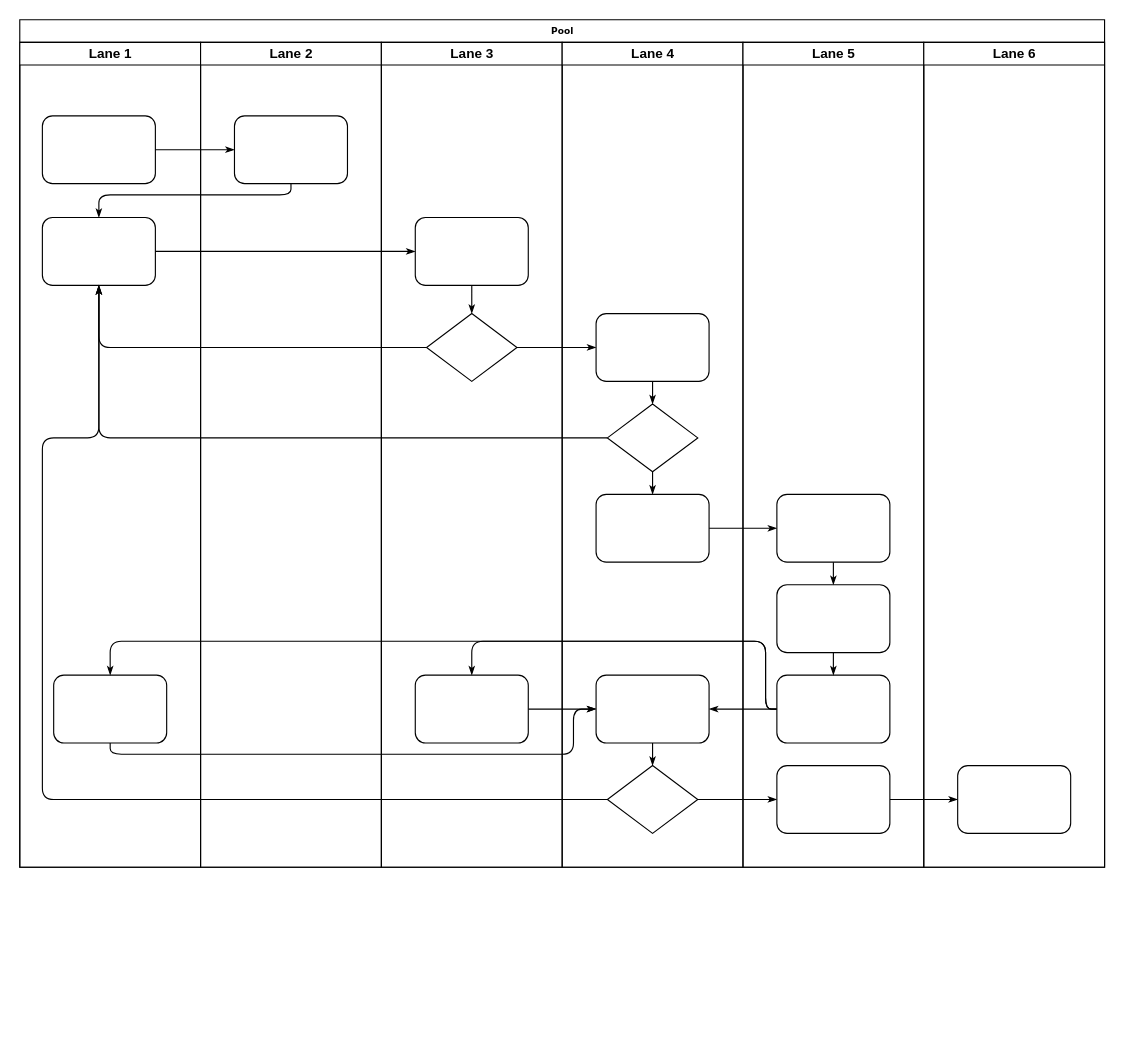
Before: me-fie flow 2.0.drawio in Kwame-Pitakin/Draw.io, a draw.io diagram. Source tidied: cells renumbered, new cells numbered last; positions are measured from the earlier drawing's top-left corner, leaving out a move shared by most shapes. Both pictures are drawn from the tidied source at 113%, with x=0, y=0 at pixel (19, 19).
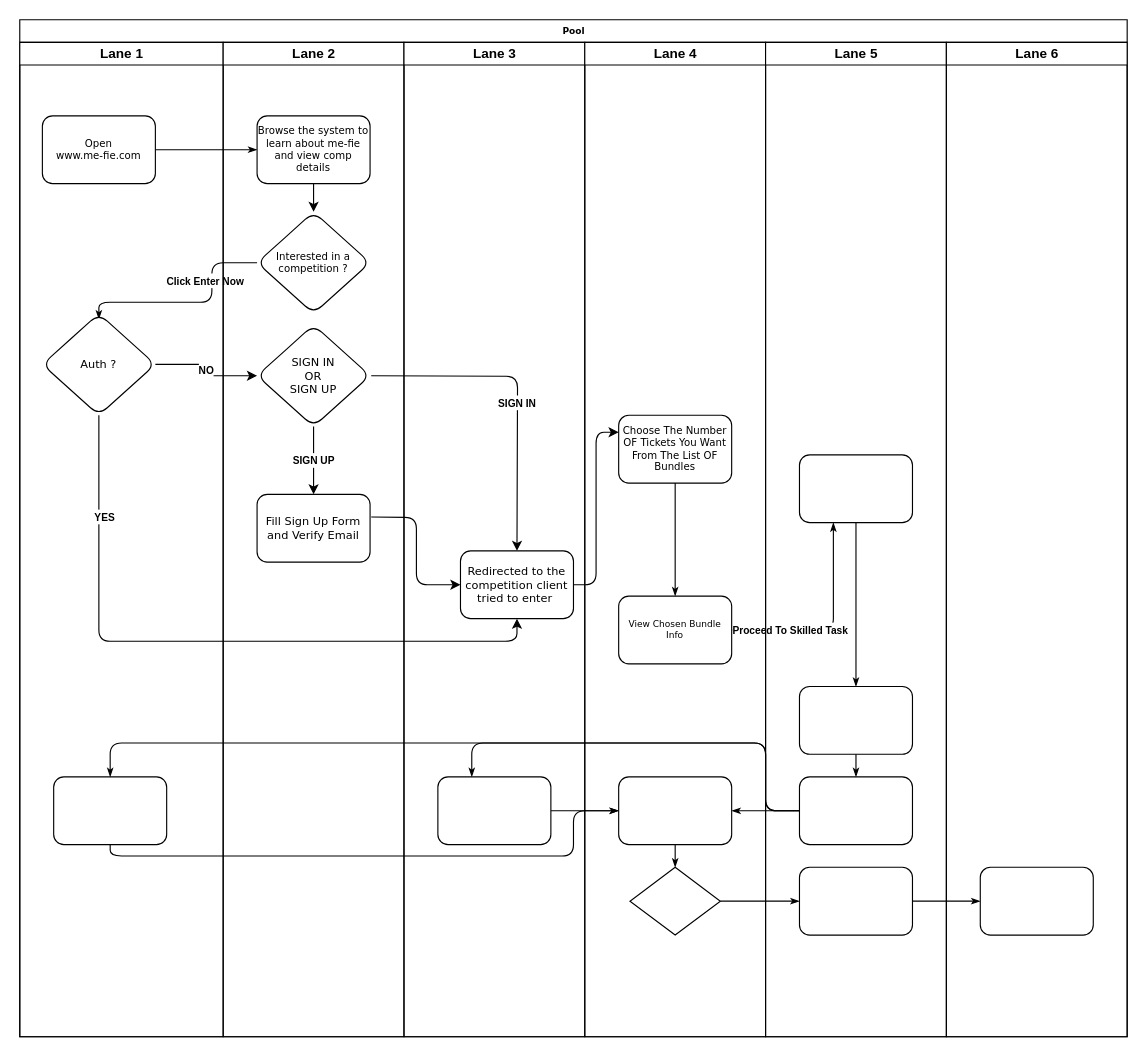
After the change.

What changed in the source:
```diff
@@
     <mxCell id="2" value="Pool" style="swimlane;html=1;startSize=20;rounded=0;shadow=0;labelBackgroundColor=none;strokeWidth=1;fontFamily=Verdana;fontSize=8;align=center;" parent="1" vertex="1">
-      <mxGeometry width="960" height="750" as="geometry" />
+      <mxGeometry width="980" height="900" as="geometry" />
     </mxCell>
-    <mxCell id="3" value="Lane 1" style="swimlane;html=1;startSize=20;" parent="2" vertex="1">
-      <mxGeometry y="20" width="160" height="730" as="geometry" />
-    </mxCell>
-    <mxCell id="4" style="rounded=1;whiteSpace=wrap;html=1;shadow=0;labelBackgroundColor=none;strokeWidth=1;fontFamily=Verdana;fontSize=8;align=center;" parent="3" vertex="1">
-      <mxGeometry x="20" y="65" width="100" height="60" as="geometry" />
-    </mxCell>
-    <mxCell id="5" style="rounded=1;whiteSpace=wrap;html=1;shadow=0;labelBackgroundColor=none;strokeWidth=1;fontFamily=Verdana;fontSize=8;align=center;" parent="3" vertex="1">
-      <mxGeometry x="20" y="155" width="100" height="60" as="geometry" />
-    </mxCell>
-    <mxCell id="6" style="rounded=1;whiteSpace=wrap;html=1;shadow=0;labelBackgroundColor=none;strokeWidth=1;fontFamily=Verdana;fontSize=8;align=center;" parent="3" vertex="1">
-      <mxGeometry x="30" y="560" width="100" height="60" as="geometry" />
-    </mxCell>
@@
-    <mxCell id="8" style="edgeStyle=orthogonalEdgeStyle;rounded=1;html=1;labelBackgroundColor=none;startArrow=none;startFill=0;startSize=5;endArrow=classicThin;endFill=1;endSize=5;jettySize=auto;strokeWidth=1;fontFamily=Verdana;fontSize=8;" parent="2" edge="1" source="23" target="5">
+    <mxCell id="8" style="edgeStyle=orthogonalEdgeStyle;rounded=1;html=1;labelBackgroundColor=none;startArrow=none;startFill=0;startSize=5;endArrow=classicThin;endFill=1;endSize=5;jettySize=auto;strokeWidth=1;fontFamily=Verdana;fontSize=8;exitX=0;exitY=0.5;exitDx=0;exitDy=0;" parent="2" edge="1" source="51">
       <mxGeometry relative="1" as="geometry">
+        <mxPoint x="70" y="265" as="targetPoint" />
         <Array as="points">
-          <mxPoint x="240" y="155" />
-          <mxPoint x="70" y="155" />
+          <mxPoint x="170" y="215" />
+          <mxPoint x="170" y="250" />
+          <mxPoint x="70" y="250" />
         </Array>
       </mxGeometry>
     </mxCell>
-    <mxCell id="9" style="edgeStyle=orthogonalEdgeStyle;rounded=1;html=1;labelBackgroundColor=none;startArrow=none;startFill=0;startSize=5;endArrow=classicThin;endFill=1;endSize=5;jettySize=auto;strokeWidth=1;fontFamily=Verdana;fontSize=8;" parent="2" edge="1" source="5" target="25">
-      <mxGeometry relative="1" as="geometry" />
-    </mxCell>
-    <mxCell id="10" style="edgeStyle=orthogonalEdgeStyle;rounded=1;html=1;labelBackgroundColor=none;startArrow=none;startFill=0;startSize=5;endArrow=classicThin;endFill=1;endSize=5;jettySize=auto;strokeWidth=1;fontFamily=Verdana;fontSize=8;" parent="2" edge="1" source="26" target="5">
-      <mxGeometry relative="1" as="geometry" />
-    </mxCell>
-    <mxCell id="11" style="edgeStyle=orthogonalEdgeStyle;rounded=1;html=1;labelBackgroundColor=none;startArrow=none;startFill=0;startSize=5;endArrow=classicThin;endFill=1;endSize=5;jettySize=auto;strokeWidth=1;fontFamily=Verdana;fontSize=8;" parent="2" edge="1" source="31" target="5">
-      <mxGeometry relative="1" as="geometry" />
-    </mxCell>
-    <mxCell id="12" style="edgeStyle=orthogonalEdgeStyle;rounded=1;html=1;labelBackgroundColor=none;startArrow=none;startFill=0;startSize=5;endArrow=classicThin;endFill=1;endSize=5;jettySize=auto;strokeWidth=1;fontFamily=Verdana;fontSize=8;" parent="2" edge="1" source="34" target="5">
-      <mxGeometry relative="1" as="geometry">
-        <Array as="points">
-          <mxPoint x="20" y="690" />
-          <mxPoint x="20" y="370" />
-          <mxPoint x="70" y="370" />
-        </Array>
-      </mxGeometry>
-    </mxCell>
-    <mxCell id="13" style="edgeStyle=orthogonalEdgeStyle;rounded=1;html=1;labelBackgroundColor=none;startArrow=none;startFill=0;startSize=5;endArrow=classicThin;endFill=1;endSize=5;jettySize=auto;strokeWidth=1;fontFamily=Verdana;fontSize=8;" parent="2" edge="1" source="26" target="30">
-      <mxGeometry relative="1" as="geometry" />
-    </mxCell>
+    <mxCell id="47" value="&lt;font style=&quot;font-size: 9px;&quot;&gt;&lt;b&gt;Click Enter Now&lt;/b&gt;&lt;/font&gt;" style="edgeLabel;html=1;align=center;verticalAlign=middle;" parent="8" vertex="1">
+      <mxGeometry x="-0.04" y="-1" relative="1" as="geometry">
+        <mxPoint x="9" y="-19" as="offset" />
+      </mxGeometry>
+    </mxCell>
@@
     <mxCell id="16" style="edgeStyle=orthogonalEdgeStyle;rounded=1;html=1;labelBackgroundColor=none;startArrow=none;startFill=0;startSize=5;endArrow=classicThin;endFill=1;endSize=5;jettySize=auto;strokeWidth=1;fontFamily=Verdana;fontSize=8;" parent="2" edge="1" source="32" target="39">
-      <mxGeometry relative="1" as="geometry" />
+      <mxGeometry relative="1" as="geometry">
+        <Array as="points">
+          <mxPoint x="720" y="540" />
+        </Array>
+      </mxGeometry>
     </mxCell>
+    <mxCell id="48" value="&lt;font style=&quot;font-size: 9px;&quot;&gt;&lt;b&gt;Proceed To Skilled Task&amp;nbsp;&lt;/b&gt;&lt;/font&gt;" style="edgeLabel;html=1;align=center;verticalAlign=middle;" parent="16" vertex="1">
+      <mxGeometry x="-0.4" y="2" relative="1" as="geometry">
+        <mxPoint x="-4" y="1" as="offset" />
+      </mxGeometry>
+    </mxCell>
     <mxCell id="17" style="edgeStyle=orthogonalEdgeStyle;rounded=1;html=1;labelBackgroundColor=none;startArrow=none;startFill=0;startSize=5;endArrow=classicThin;endFill=1;endSize=5;jettySize=auto;strokeWidth=1;fontFamily=Verdana;fontSize=8;" parent="2" edge="1" source="41" target="27">
       <mxGeometry relative="1" as="geometry">
         <Array as="points">
-          <mxPoint x="660" y="610" />
-          <mxPoint x="660" y="550" />
-          <mxPoint x="400" y="550" />
+          <mxPoint x="660" y="700" />
+          <mxPoint x="660" y="640" />
+          <mxPoint x="400" y="640" />
         </Array>
       </mxGeometry>
     </mxCell>
@@
     <mxCell id="19" style="edgeStyle=orthogonalEdgeStyle;rounded=1;html=1;labelBackgroundColor=none;startArrow=none;startFill=0;startSize=5;endArrow=classicThin;endFill=1;endSize=5;jettySize=auto;strokeWidth=1;fontFamily=Verdana;fontSize=8;" parent="2" edge="1" source="41" target="6">
       <mxGeometry relative="1" as="geometry">
         <Array as="points">
-          <mxPoint x="660" y="610" />
-          <mxPoint x="660" y="550" />
-          <mxPoint x="80" y="550" />
+          <mxPoint x="660" y="700" />
+          <mxPoint x="660" y="640" />
+          <mxPoint x="80" y="640" />
         </Array>
       </mxGeometry>
     </mxCell>
     <mxCell id="20" style="edgeStyle=orthogonalEdgeStyle;rounded=1;html=1;labelBackgroundColor=none;startArrow=none;startFill=0;startSize=5;endArrow=classicThin;endFill=1;endSize=5;jettySize=auto;strokeWidth=1;fontFamily=Verdana;fontSize=8;" parent="2" edge="1" source="6" target="33">
       <mxGeometry relative="1" as="geometry">
         <Array as="points">
-          <mxPoint x="80" y="650" />
-          <mxPoint x="490" y="650" />
-          <mxPoint x="490" y="610" />
+          <mxPoint x="80" y="740" />
+          <mxPoint x="490" y="740" />
+          <mxPoint x="490" y="700" />
         </Array>
       </mxGeometry>
     </mxCell>
@@
+    <mxCell id="3" value="Lane 1" style="swimlane;html=1;startSize=20;" parent="2" vertex="1">
+      <mxGeometry y="20" width="180" height="880" as="geometry" />
+    </mxCell>
+    <mxCell id="4" value="&lt;font style=&quot;font-size: 9px;&quot;&gt;Open &lt;br&gt;www.me-fie.com&lt;/font&gt;" style="rounded=1;whiteSpace=wrap;html=1;shadow=0;labelBackgroundColor=none;strokeWidth=1;fontFamily=Verdana;fontSize=8;align=center;" parent="3" vertex="1">
+      <mxGeometry x="20" y="65" width="100" height="60" as="geometry" />
+    </mxCell>
+    <mxCell id="6" style="rounded=1;whiteSpace=wrap;html=1;shadow=0;labelBackgroundColor=none;strokeWidth=1;fontFamily=Verdana;fontSize=8;align=center;" parent="3" vertex="1">
+      <mxGeometry x="30" y="650" width="100" height="60" as="geometry" />
+    </mxCell>
+    <mxCell id="49" value="&lt;font style=&quot;font-size: 10px;&quot;&gt;Auth ?&lt;/font&gt;" style="rhombus;whiteSpace=wrap;html=1;fontSize=8;fontFamily=Verdana;rounded=1;shadow=0;labelBackgroundColor=none;strokeWidth=1;" parent="3" vertex="1">
+      <mxGeometry x="20" y="240" width="100" height="90" as="geometry" />
+    </mxCell>
     <mxCell id="22" value="Lane 2" style="swimlane;html=1;startSize=20;" parent="2" vertex="1">
-      <mxGeometry x="160" y="20" width="160" height="730" as="geometry" />
+      <mxGeometry x="180" y="20" width="160" height="880" as="geometry" />
     </mxCell>
+    <mxCell id="50" style="edgeStyle=orthogonalEdgeStyle;rounded=0;jettySize=auto;html=1;" parent="22" edge="1" source="23" target="51">
+      <mxGeometry relative="1" as="geometry" />
+    </mxCell>
-    <mxCell id="23" style="rounded=1;whiteSpace=wrap;html=1;shadow=0;labelBackgroundColor=none;strokeWidth=1;fontFamily=Verdana;fontSize=8;align=center;" parent="22" vertex="1">
+    <mxCell id="23" value="&lt;font style=&quot;font-size: 9px;&quot;&gt;Browse the system to learn about me-fie and view comp details&lt;/font&gt;" style="rounded=1;whiteSpace=wrap;html=1;shadow=0;labelBackgroundColor=none;strokeWidth=1;fontFamily=Verdana;fontSize=8;align=center;" parent="22" vertex="1">
       <mxGeometry x="30" y="65" width="100" height="60" as="geometry" />
     </mxCell>
+    <mxCell id="51" value="&lt;font style=&quot;font-size: 9px;&quot;&gt;Interested in a competition ?&lt;/font&gt;" style="rhombus;whiteSpace=wrap;html=1;fontSize=8;fontFamily=Verdana;rounded=1;shadow=0;labelBackgroundColor=none;strokeWidth=1;" parent="22" vertex="1">
+      <mxGeometry x="30" y="150" width="100" height="90" as="geometry" />
+    </mxCell>
+    <mxCell id="52" value="&lt;b&gt;&lt;font style=&quot;font-size: 9px;&quot;&gt;SIGN UP&lt;/font&gt;&lt;/b&gt;" style="edgeStyle=orthogonalEdgeStyle;rounded=0;jettySize=auto;html=1;exitX=0.5;exitY=1;exitDx=0;exitDy=0;" parent="22" edge="1" source="53" target="54">
+      <mxGeometry relative="1" as="geometry" />
+    </mxCell>
+    <mxCell id="53" value="&lt;font style=&quot;font-size: 10px;&quot;&gt;SIGN IN &lt;br&gt;OR&lt;br&gt;SIGN UP&lt;/font&gt;" style="rhombus;whiteSpace=wrap;html=1;fontSize=8;fontFamily=Verdana;rounded=1;shadow=0;labelBackgroundColor=none;strokeWidth=1;" parent="22" vertex="1">
+      <mxGeometry x="30" y="250" width="100" height="90" as="geometry" />
+    </mxCell>
+    <mxCell id="54" value="&lt;font size=&quot;1&quot;&gt;Fill Sign Up Form and Verify Email&lt;/font&gt;" style="rounded=1;whiteSpace=wrap;html=1;shadow=0;labelBackgroundColor=none;strokeWidth=1;fontFamily=Verdana;fontSize=8;align=center;" parent="22" vertex="1">
+      <mxGeometry x="30" y="400" width="100" height="60" as="geometry" />
+    </mxCell>
     <mxCell id="24" value="Lane 3" style="swimlane;html=1;startSize=20;" parent="2" vertex="1">
-      <mxGeometry x="320" y="20" width="160" height="730" as="geometry" />
+      <mxGeometry x="340" y="20" width="160" height="880" as="geometry" />
     </mxCell>
-    <mxCell id="25" style="rounded=1;whiteSpace=wrap;html=1;shadow=0;labelBackgroundColor=none;strokeWidth=1;fontFamily=Verdana;fontSize=8;align=center;" parent="24" vertex="1">
-      <mxGeometry x="30" y="155" width="100" height="60" as="geometry" />
-    </mxCell>
-    <mxCell id="26" style="rhombus;whiteSpace=wrap;html=1;rounded=0;shadow=0;labelBackgroundColor=none;strokeWidth=1;fontFamily=Verdana;fontSize=8;align=center;" parent="24" vertex="1">
-      <mxGeometry x="40" y="240" width="80" height="60" as="geometry" />
-    </mxCell>
     <mxCell id="27" style="rounded=1;whiteSpace=wrap;html=1;shadow=0;labelBackgroundColor=none;strokeWidth=1;fontFamily=Verdana;fontSize=8;align=center;" parent="24" vertex="1">
-      <mxGeometry x="30" y="560" width="100" height="60" as="geometry" />
+      <mxGeometry x="30" y="650" width="100" height="60" as="geometry" />
     </mxCell>
-    <mxCell id="28" style="edgeStyle=orthogonalEdgeStyle;rounded=1;html=1;labelBackgroundColor=none;startArrow=none;startFill=0;startSize=5;endArrow=classicThin;endFill=1;endSize=5;jettySize=auto;strokeWidth=1;fontFamily=Verdana;fontSize=8;" parent="24" edge="1" source="25" target="26">
-      <mxGeometry relative="1" as="geometry" />
-    </mxCell>
+    <mxCell id="55" value="&lt;font size=&quot;1&quot;&gt;Redirected to the competition client tried to enter&amp;nbsp;&lt;/font&gt;" style="rounded=1;whiteSpace=wrap;html=1;shadow=0;labelBackgroundColor=none;strokeWidth=1;fontFamily=Verdana;fontSize=8;align=center;" parent="24" vertex="1">
+      <mxGeometry x="50" y="450" width="100" height="60" as="geometry" />
+    </mxCell>
     <mxCell id="29" value="Lane 4" style="swimlane;html=1;startSize=20;" parent="2" vertex="1">
-      <mxGeometry x="480" y="20" width="160" height="730" as="geometry" />
+      <mxGeometry x="500" y="20" width="160" height="880" as="geometry" />
     </mxCell>
-    <mxCell id="30" style="rounded=1;whiteSpace=wrap;html=1;shadow=0;labelBackgroundColor=none;strokeWidth=1;fontFamily=Verdana;fontSize=8;align=center;" parent="29" vertex="1">
-      <mxGeometry x="30" y="240" width="100" height="60" as="geometry" />
+    <mxCell id="30" value="&lt;font style=&quot;font-size: 9px;&quot;&gt;Choose The Number OF Tickets You Want From The List OF Bundles&lt;/font&gt;" style="rounded=1;whiteSpace=wrap;html=1;shadow=0;labelBackgroundColor=none;strokeWidth=1;fontFamily=Verdana;fontSize=8;align=center;" parent="29" vertex="1">
+      <mxGeometry x="30" y="330" width="100" height="60" as="geometry" />
     </mxCell>
-    <mxCell id="31" style="rhombus;whiteSpace=wrap;html=1;rounded=0;shadow=0;labelBackgroundColor=none;strokeWidth=1;fontFamily=Verdana;fontSize=8;align=center;" parent="29" vertex="1">
-      <mxGeometry x="40" y="320" width="80" height="60" as="geometry" />
-    </mxCell>
-    <mxCell id="32" style="rounded=1;whiteSpace=wrap;html=1;shadow=0;labelBackgroundColor=none;strokeWidth=1;fontFamily=Verdana;fontSize=8;align=center;" parent="29" vertex="1">
-      <mxGeometry x="30" y="400" width="100" height="60" as="geometry" />
+    <mxCell id="32" value="View Chosen Bundle Info" style="rounded=1;whiteSpace=wrap;html=1;shadow=0;labelBackgroundColor=none;strokeWidth=1;fontFamily=Verdana;fontSize=8;align=center;" parent="29" vertex="1">
+      <mxGeometry x="30" y="490" width="100" height="60" as="geometry" />
     </mxCell>
     <mxCell id="33" style="rounded=1;whiteSpace=wrap;html=1;shadow=0;labelBackgroundColor=none;strokeWidth=1;fontFamily=Verdana;fontSize=8;align=center;" parent="29" vertex="1">
-      <mxGeometry x="30" y="560" width="100" height="60" as="geometry" />
+      <mxGeometry x="30" y="650" width="100" height="60" as="geometry" />
     </mxCell>
     <mxCell id="34" style="rhombus;whiteSpace=wrap;html=1;rounded=0;shadow=0;labelBackgroundColor=none;strokeWidth=1;fontFamily=Verdana;fontSize=8;align=center;" parent="29" vertex="1">
-      <mxGeometry x="40" y="640" width="80" height="60" as="geometry" />
+      <mxGeometry x="40" y="730" width="80" height="60" as="geometry" />
     </mxCell>
-    <mxCell id="35" style="edgeStyle=orthogonalEdgeStyle;rounded=1;html=1;labelBackgroundColor=none;startArrow=none;startFill=0;startSize=5;endArrow=classicThin;endFill=1;endSize=5;jettySize=auto;strokeColor=#000000;strokeWidth=1;fontFamily=Verdana;fontSize=8;fontColor=#000000;" parent="29" edge="1" source="30" target="31">
+    <mxCell id="35" style="edgeStyle=orthogonalEdgeStyle;rounded=1;html=1;labelBackgroundColor=none;startArrow=none;startFill=0;startSize=5;endArrow=classicThin;endFill=1;endSize=5;jettySize=auto;strokeColor=#000000;strokeWidth=1;fontFamily=Verdana;fontSize=8;fontColor=#000000;entryX=0.5;entryY=0;entryDx=0;entryDy=0;" parent="29" edge="1" source="30" target="32">
       <mxGeometry relative="1" as="geometry" />
     </mxCell>
-    <mxCell id="36" style="edgeStyle=orthogonalEdgeStyle;rounded=1;html=1;labelBackgroundColor=none;startArrow=none;startFill=0;startSize=5;endArrow=classicThin;endFill=1;endSize=5;jettySize=auto;strokeWidth=1;fontFamily=Verdana;fontSize=8;" parent="29" edge="1" source="31" target="32">
-      <mxGeometry relative="1" as="geometry" />
-    </mxCell>
@@
     <mxCell id="38" value="Lane 5" style="swimlane;html=1;startSize=20;" parent="2" vertex="1">
-      <mxGeometry x="640" y="20" width="160" height="730" as="geometry" />
+      <mxGeometry x="660" y="20" width="160" height="880" as="geometry" />
     </mxCell>
     <mxCell id="39" style="rounded=1;whiteSpace=wrap;html=1;shadow=0;labelBackgroundColor=none;strokeWidth=1;fontFamily=Verdana;fontSize=8;align=center;" parent="38" vertex="1">
-      <mxGeometry x="30" y="400" width="100" height="60" as="geometry" />
+      <mxGeometry x="30" y="365" width="100" height="60" as="geometry" />
     </mxCell>
     <mxCell id="40" style="rounded=1;whiteSpace=wrap;html=1;shadow=0;labelBackgroundColor=none;strokeWidth=1;fontFamily=Verdana;fontSize=8;align=center;" parent="38" vertex="1">
-      <mxGeometry x="30" y="480" width="100" height="60" as="geometry" />
+      <mxGeometry x="30" y="570" width="100" height="60" as="geometry" />
     </mxCell>
     <mxCell id="41" style="rounded=1;whiteSpace=wrap;html=1;shadow=0;labelBackgroundColor=none;strokeWidth=1;fontFamily=Verdana;fontSize=8;align=center;" parent="38" vertex="1">
-      <mxGeometry x="30" y="560" width="100" height="60" as="geometry" />
+      <mxGeometry x="30" y="650" width="100" height="60" as="geometry" />
     </mxCell>
     <mxCell id="42" style="rounded=1;whiteSpace=wrap;html=1;shadow=0;labelBackgroundColor=none;strokeWidth=1;fontFamily=Verdana;fontSize=8;align=center;" parent="38" vertex="1">
-      <mxGeometry x="30" y="640" width="100" height="60" as="geometry" />
+      <mxGeometry x="30" y="730" width="100" height="60" as="geometry" />
     </mxCell>
@@
     <mxCell id="45" value="Lane 6" style="swimlane;html=1;startSize=20;" parent="2" vertex="1">
-      <mxGeometry x="800" y="20" width="160" height="730" as="geometry" />
+      <mxGeometry x="820" y="20" width="160" height="880" as="geometry" />
     </mxCell>
     <mxCell id="46" style="rounded=1;whiteSpace=wrap;html=1;shadow=0;labelBackgroundColor=none;strokeWidth=1;fontFamily=Verdana;fontSize=8;align=center;" parent="45" vertex="1">
-      <mxGeometry x="30" y="640" width="100" height="60" as="geometry" />
+      <mxGeometry x="30" y="730" width="100" height="60" as="geometry" />
     </mxCell>
+    <mxCell id="56" value="&lt;b&gt;&lt;font style=&quot;font-size: 9px;&quot;&gt;NO&lt;/font&gt;&lt;/b&gt;" style="edgeStyle=orthogonalEdgeStyle;rounded=0;jettySize=auto;html=1;entryX=0;entryY=0.5;entryDx=0;entryDy=0;" parent="2" edge="1" source="49" target="53">
+      <mxGeometry relative="1" as="geometry" />
+    </mxCell>
+    <mxCell id="57" value="&lt;font style=&quot;font-size: 9px;&quot;&gt;&lt;b&gt;SIGN IN&lt;/b&gt;&lt;/font&gt;" style="edgeStyle=orthogonalEdgeStyle;rounded=1;orthogonalLoop=1;jettySize=auto;html=1;exitX=1;exitY=0.5;exitDx=0;exitDy=0;" parent="2" edge="1">
+      <mxGeometry x="0.08" relative="1" as="geometry">
+        <mxPoint x="311" y="315" as="sourcePoint" />
+        <mxPoint x="440" y="470" as="targetPoint" />
+      </mxGeometry>
+    </mxCell>
+    <mxCell id="58" style="edgeStyle=orthogonalEdgeStyle;rounded=1;jettySize=auto;html=1;exitX=1;exitY=0.5;exitDx=0;exitDy=0;entryX=0;entryY=0.5;entryDx=0;entryDy=0;" parent="2" edge="1" target="55">
+      <mxGeometry relative="1" as="geometry">
+        <mxPoint x="311" y="440" as="sourcePoint" />
+      </mxGeometry>
+    </mxCell>
+    <mxCell id="59" style="edgeStyle=orthogonalEdgeStyle;rounded=1;jettySize=auto;html=1;exitX=0.5;exitY=1;exitDx=0;exitDy=0;entryX=0.5;entryY=1;entryDx=0;entryDy=0;" parent="2" edge="1" source="49" target="55">
+      <mxGeometry relative="1" as="geometry" />
+    </mxCell>
+    <mxCell id="60" value="&lt;font style=&quot;font-size: 9px;&quot;&gt;&lt;b&gt;YES&lt;/b&gt;&lt;/font&gt;" style="edgeLabel;html=1;align=center;verticalAlign=middle;" parent="59" vertex="1">
+      <mxGeometry x="-0.7" y="4" relative="1" as="geometry" />
+    </mxCell>
+    <mxCell id="61" style="edgeStyle=orthogonalEdgeStyle;rounded=1;jettySize=auto;html=1;exitX=1;exitY=0.5;exitDx=0;exitDy=0;entryX=0;entryY=0.25;entryDx=0;entryDy=0;" parent="2" edge="1" source="55" target="30">
+      <mxGeometry relative="1" as="geometry" />
+    </mxCell>
```
